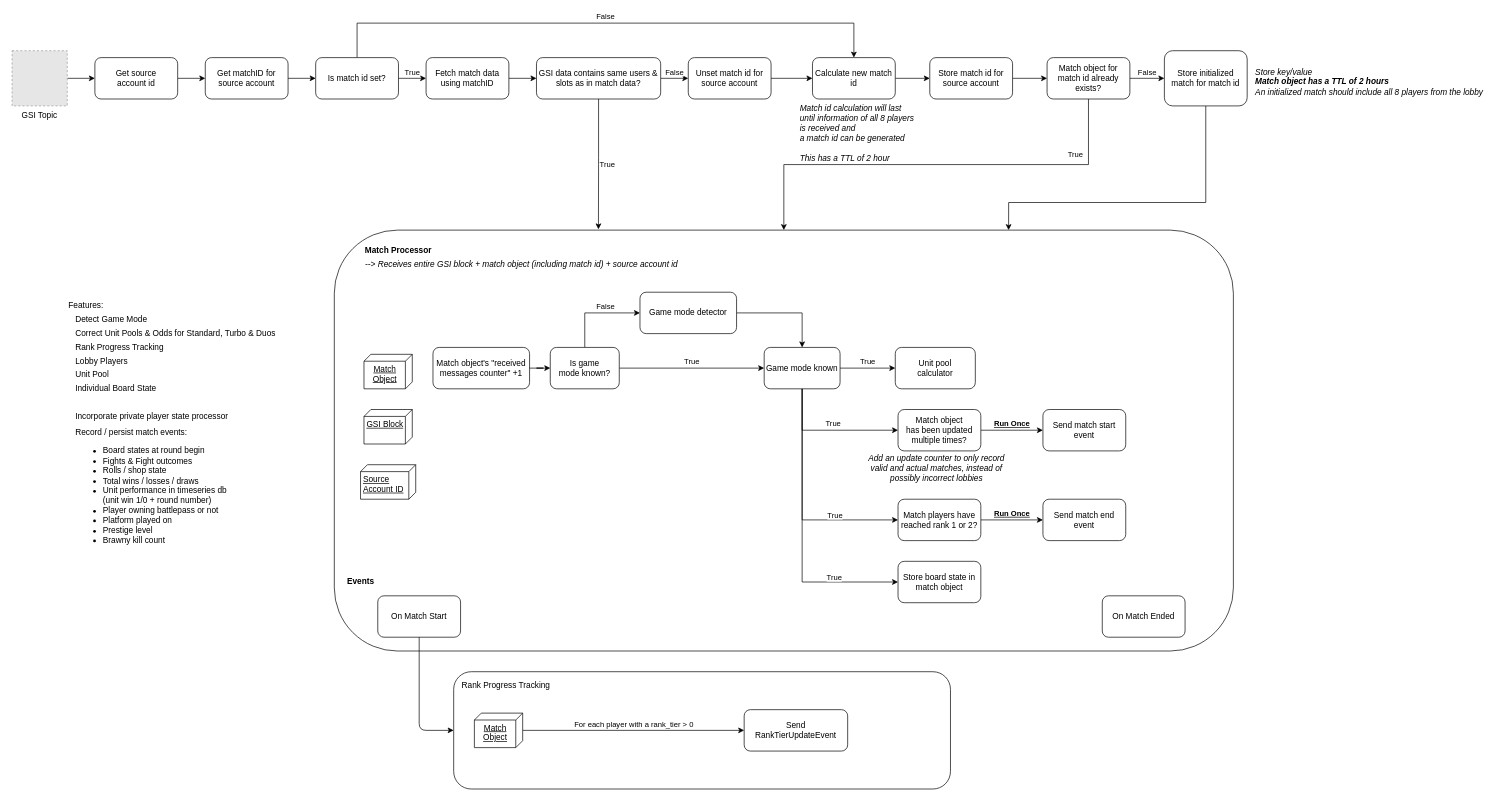
Above: page "FSM Architecture" (2 of 3) of architecture.drawio in Fortify-Labs/Fortify (draw.io), before the change. Source tidied: cells renumbered, new cells numbered last; positions are measured from the earlier drawing's top-left corner, leaving out a move shared by most shapes. Both pictures are drawn from the tidied source at 69%, with x=0, y=0 at pixel (12, 23). Pictures stored in the file or linked from it are replaced by grey dashed boxes.
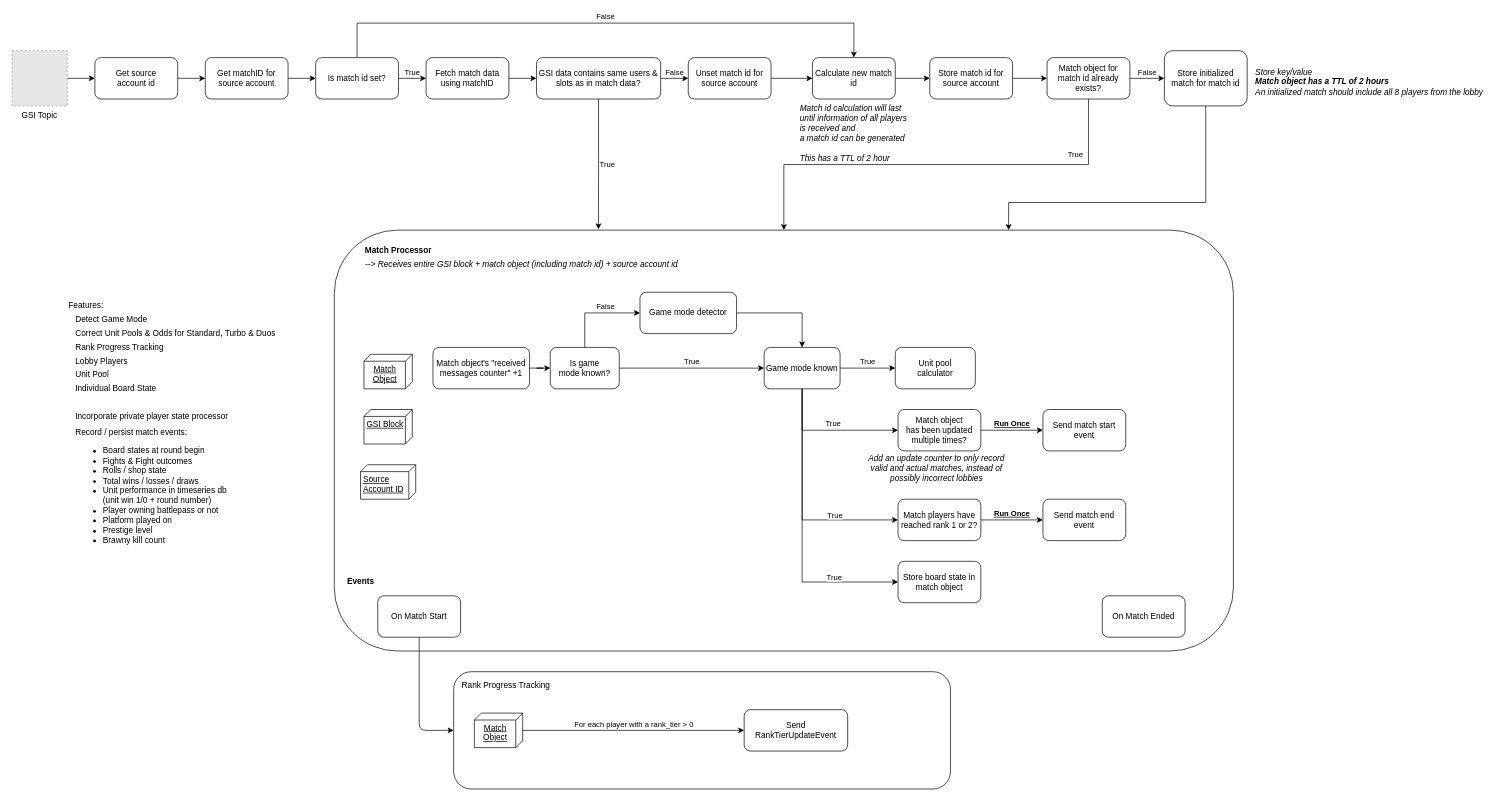
The same diagram, later.

Diff of the diagram source:
```diff
@@
-    <mxCell id="75" value="&lt;i&gt;Match id calculation will last&lt;br&gt;until information of all 8 players&lt;br&gt;is received and &lt;br&gt;a match id can be generated&lt;br&gt;&lt;br&gt;This has a&amp;nbsp;TTL of 2 hour&lt;br&gt;&lt;/i&gt;" style="text;html=1;align=left;verticalAlign=middle;" parent="64" vertex="1">
-      <mxGeometry x="1140" y="115" width="180" height="90" as="geometry" />
+    <mxCell id="75" value="&lt;i&gt;Match id calculation will last&lt;br&gt;until information of all players&lt;br&gt;is received and &lt;br&gt;a match id can be generated&lt;br&gt;&lt;br&gt;This has a&amp;nbsp;TTL of 2 hour&lt;br&gt;&lt;/i&gt;" style="text;html=1;align=left;verticalAlign=middle;" parent="64" vertex="1">
+      <mxGeometry x="1140" y="115" width="170" height="90" as="geometry" />
     </mxCell>
```
